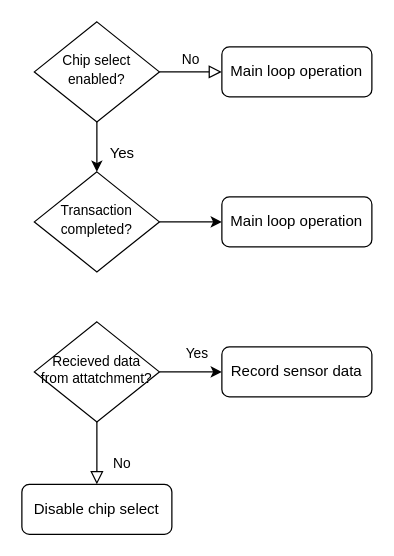
Kyle-912/HDL keeps this draw.io diagram as test.dio. Above is the earlier version. Source tidied: cells renumbered, new cells numbered last; positions are measured from the earlier drawing's top-left corner, leaving out a move shared by most shapes. Both pictures are drawn from the tidied source at 125%, with x=0, y=0 at pixel (21, 21).
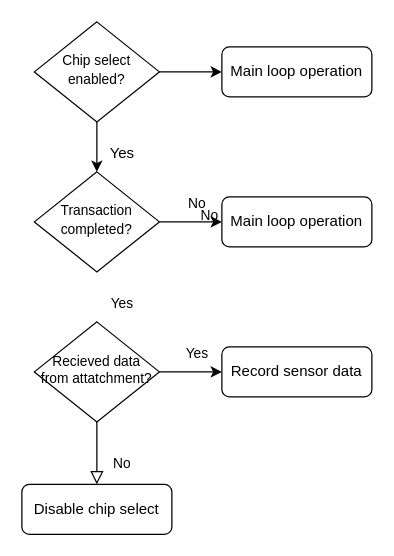
The same page after the edit.

Unchanged cells that the change refers to:
```xml
<mxCell id="4" value="&lt;font style=&quot;font-size: 11px;&quot;&gt;Chip select enabled?&lt;/font&gt;" style="rhombus;whiteSpace=wrap;html=1;shadow=0;fontFamily=Helvetica;fontSize=12;align=center;strokeWidth=1;spacing=6;spacingTop=-4;" parent="1" vertex="1">
  <mxGeometry x="10" width="100" height="80" as="geometry" />
</mxCell>
<mxCell id="5" value="Main loop operation" style="rounded=1;whiteSpace=wrap;html=1;fontSize=12;glass=0;strokeWidth=1;shadow=0;" parent="1" vertex="1">
  <mxGeometry x="160" y="20" width="120" height="40" as="geometry" />
</mxCell>
<mxCell id="14" value="&lt;font style=&quot;font-size: 11px;&quot;&gt;Transaction completed?&lt;/font&gt;" style="rhombus;whiteSpace=wrap;html=1;shadow=0;fontFamily=Helvetica;fontSize=12;align=center;strokeWidth=1;spacing=6;spacingTop=-4;" parent="1" vertex="1">
  <mxGeometry x="10" y="120" width="100" height="80" as="geometry" />
</mxCell>
<mxCell id="15" value="Main loop operation" style="rounded=1;whiteSpace=wrap;html=1;fontSize=12;glass=0;strokeWidth=1;shadow=0;" parent="1" vertex="1">
  <mxGeometry x="160" y="140" width="120" height="40" as="geometry" />
</mxCell>
```

The edit, as a diff of the source:
```diff
@@
+    <mxCell id="3" style="edgeStyle=none;html=1;exitX=0.5;exitY=1;exitDx=0;exitDy=0;entryX=0.5;entryY=0;entryDx=0;entryDy=0;fontSize=11;" parent="1" edge="1" source="4" target="14">
+      <mxGeometry relative="1" as="geometry" />
+    </mxCell>
-    <mxCell id="2" value="No" style="edgeStyle=orthogonalEdgeStyle;rounded=0;html=1;jettySize=auto;fontSize=11;endArrow=block;endFill=0;endSize=8;strokeWidth=1;shadow=0;labelBackgroundColor=none;" parent="1" edge="1" source="4" target="5">
-      <mxGeometry y="10" relative="1" as="geometry" />
+    <mxCell id="2" style="edgeStyle=none;html=1;exitX=1;exitY=0.5;exitDx=0;exitDy=0;fontSize=11;" parent="1" edge="1" source="4" target="5">
+      <mxGeometry relative="1" as="geometry" />
     </mxCell>
-    <mxCell id="3" style="edgeStyle=none;html=1;exitX=0.5;exitY=1;exitDx=0;exitDy=0;entryX=0.5;entryY=0;entryDx=0;entryDy=0;fontSize=11;" parent="1" edge="1" source="4" target="14">
-      <mxGeometry relative="1" as="geometry" />
-    </mxCell>
@@
     <mxCell id="13" style="edgeStyle=none;html=1;exitX=1;exitY=0.5;exitDx=0;exitDy=0;entryX=0;entryY=0.5;entryDx=0;entryDy=0;fontSize=11;" parent="1" edge="1" source="14" target="15">
-      <mxGeometry relative="1" as="geometry" />
+      <mxGeometry relative="1" as="geometry">
+        <Array as="points">
+          <mxPoint x="140" y="160" />
+        </Array>
+      </mxGeometry>
     </mxCell>
@@
+    <mxCell id="16" value="Yes" style="text;html=1;align=center;verticalAlign=middle;strokeColor=none;fillColor=none;fontSize=11;" parent="1" vertex="1">
+      <mxGeometry x="60" y="210" width="40" height="30" as="geometry" />
+    </mxCell>
+    <mxCell id="17" value="No" style="text;html=1;align=center;verticalAlign=middle;strokeColor=none;fillColor=none;fontSize=11;" parent="1" vertex="1">
+      <mxGeometry x="120" y="130" width="40" height="30" as="geometry" />
+    </mxCell>
+    <mxCell id="18" value="No" style="text;html=1;align=center;verticalAlign=middle;strokeColor=none;fillColor=none;fontSize=11;" parent="1" vertex="1">
+      <mxGeometry x="130" y="140" width="40" height="30" as="geometry" />
+    </mxCell>
```
